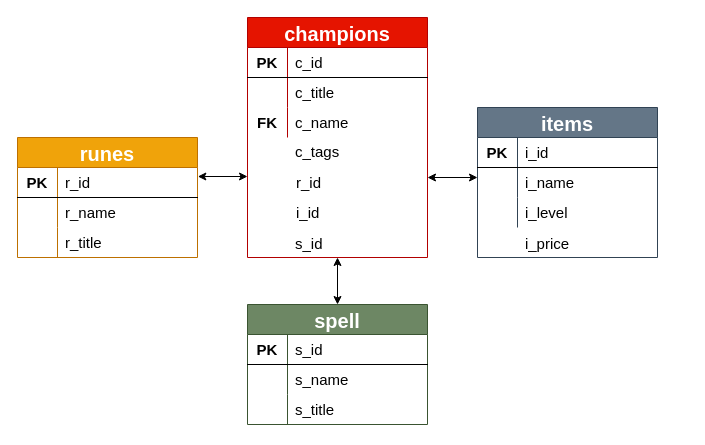
sujeong-jang-creator/JSJB_MiniProject keeps this draw.io diagram as Main_Project/diagram/project_lol.drawio. Above is the earlier version. Source tidied: cells renumbered, new cells numbered last; positions are measured from the earlier drawing's top-left corner, leaving out a move shared by most shapes. Both pictures are drawn from the tidied source at 100%, with x=0, y=0 at pixel (17, 17).
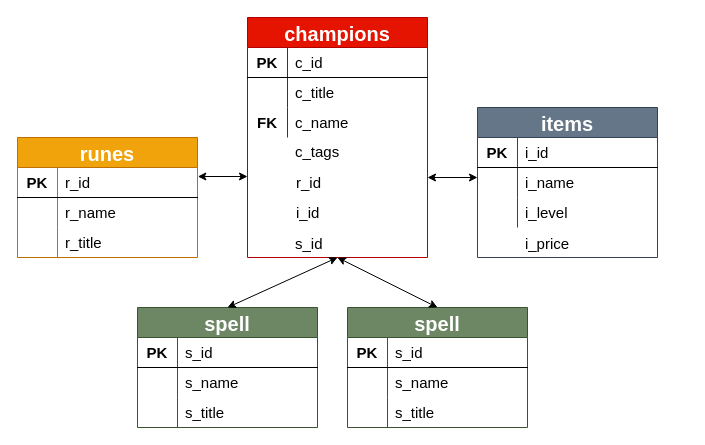
The same diagram, later.

Commit message (it also covers changes not shown here):
add spell2 table

The edit, as a diff of the source:
```diff
@@
     <mxCell id="50" value="spell" style="shape=table;startSize=30;childLayout=tableLayout;rowLines=0;fontStyle=1;align=center;fontSize=20;fillColor=#6d8764;strokeColor=#3A5431;fontColor=#ffffff;" parent="1" vertex="1">
-      <mxGeometry x="230" y="287" width="180" height="120" as="geometry" />
+      <mxGeometry x="120" y="290" width="180" height="120" as="geometry" />
     </mxCell>
@@
+    <mxCell id="65" value="spell" style="shape=table;startSize=30;childLayout=tableLayout;rowLines=0;fontStyle=1;align=center;fontSize=20;fillColor=#6d8764;strokeColor=#3A5431;fontColor=#ffffff;" parent="1" vertex="1">
+      <mxGeometry x="330" y="290" width="180" height="120" as="geometry" />
+    </mxCell>
+    <mxCell id="66" style="shape=partialRectangle;html=1;whiteSpace=wrap;fillColor=none;top=0;left=0;bottom=1;right=0;" parent="65" vertex="1">
+      <mxGeometry y="30" width="180" height="30" as="geometry" />
+    </mxCell>
+    <mxCell id="67" value="&lt;b&gt;&lt;font style=&quot;font-size: 15px&quot;&gt;PK&lt;/font&gt;&lt;/b&gt;" style="shape=partialRectangle;html=1;whiteSpace=wrap;fillColor=none;top=0;left=0;bottom=0;right=0;overflow=hidden;" parent="66" vertex="1">
+      <mxGeometry width="40" height="30" as="geometry" />
+    </mxCell>
+    <mxCell id="68" value="&lt;font style=&quot;font-size: 15px&quot;&gt;s_id&lt;/font&gt;" style="shape=partialRectangle;html=1;whiteSpace=wrap;fillColor=none;top=0;left=0;bottom=0;right=0;align=left;spacingLeft=6;overflow=hidden;" parent="66" vertex="1">
+      <mxGeometry x="40" width="140" height="30" as="geometry" />
+    </mxCell>
+    <mxCell id="69" style="shape=partialRectangle;html=1;whiteSpace=wrap;fillColor=none;top=0;left=0;bottom=0;right=0;" parent="65" vertex="1">
+      <mxGeometry y="60" width="180" height="30" as="geometry" />
+    </mxCell>
+    <mxCell id="70" style="shape=partialRectangle;html=1;whiteSpace=wrap;fillColor=none;top=0;left=0;bottom=0;right=0;overflow=hidden;" parent="69" vertex="1">
+      <mxGeometry width="40" height="30" as="geometry" />
+    </mxCell>
+    <mxCell id="71" value="&lt;span style=&quot;font-size: 15px&quot;&gt;s_name&lt;/span&gt;" style="shape=partialRectangle;html=1;whiteSpace=wrap;fillColor=none;top=0;left=0;bottom=0;right=0;align=left;spacingLeft=6;overflow=hidden;" parent="69" vertex="1">
+      <mxGeometry x="40" width="140" height="30" as="geometry" />
+    </mxCell>
+    <mxCell id="72" style="shape=partialRectangle;html=1;whiteSpace=wrap;fillColor=none;top=0;left=0;bottom=0;right=0;" parent="65" vertex="1">
+      <mxGeometry y="90" width="180" height="30" as="geometry" />
+    </mxCell>
+    <mxCell id="73" style="shape=partialRectangle;html=1;whiteSpace=wrap;fillColor=none;top=0;left=0;bottom=0;right=0;overflow=hidden;" parent="72" vertex="1">
+      <mxGeometry width="40" height="30" as="geometry" />
+    </mxCell>
+    <mxCell id="74" value="&lt;span style=&quot;font-size: 15px&quot;&gt;s_title&lt;/span&gt;" style="shape=partialRectangle;html=1;whiteSpace=wrap;fillColor=none;top=0;left=0;bottom=0;right=0;align=left;spacingLeft=6;overflow=hidden;" parent="72" vertex="1">
+      <mxGeometry x="40" width="140" height="30" as="geometry" />
+    </mxCell>
+    <mxCell id="75" style="endArrow=classic;startArrow=classic;html=1;fontSize=20;fontColor=#FFFFFF;exitX=0.5;exitY=0;exitDx=0;exitDy=0;" parent="1" edge="1" source="65">
+      <mxGeometry relative="1" as="geometry">
+        <mxPoint x="320" y="240" as="targetPoint" />
+      </mxGeometry>
+    </mxCell>
```
